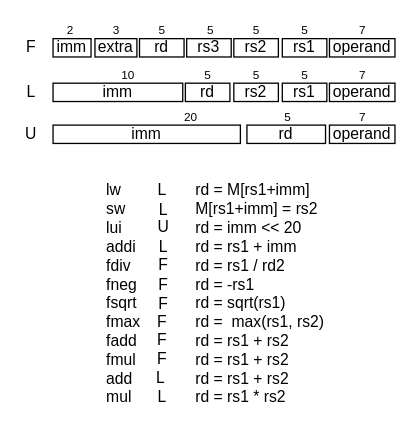
HaMeNopeDiot/hardware_gpu keeps this draw.io diagram as docs/starukhin_dissertation/images/svg/isa.drawio. Above is the earlier version. Source tidied: cells renumbered, new cells numbered last; positions are measured from the earlier drawing's top-left corner, leaving out a move shared by most shapes. Both pictures are drawn from the tidied source at 131%, with x=0, y=0 at pixel (22, 22).
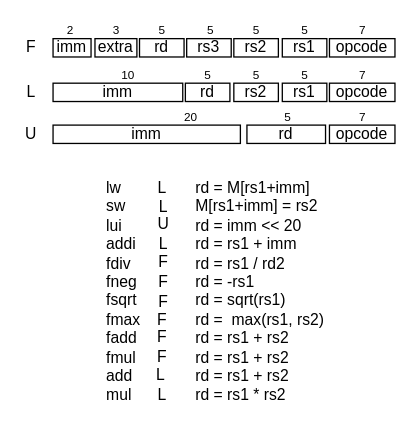
The same diagram, later.

What changed in the source:
```diff
@@
     <mxCell id="2" value="lw&lt;span style=&quot;white-space: pre;&quot;&gt;&#9;&lt;/span&gt;&lt;div&gt;sw&lt;/div&gt;&lt;div&gt;lui&lt;/div&gt;&lt;div&gt;addi&lt;/div&gt;&lt;div&gt;fdiv&lt;/div&gt;&lt;div&gt;fneg&lt;/div&gt;&lt;div&gt;fsqrt&lt;/div&gt;&lt;div&gt;fmax&lt;/div&gt;&lt;div&gt;fadd&lt;/div&gt;&lt;div&gt;fmul&lt;/div&gt;&lt;div&gt;add&lt;/div&gt;&lt;div&gt;mul&lt;/div&gt;" style="text;html=1;whiteSpace=wrap;strokeColor=none;fillColor=none;align=left;verticalAlign=top;rounded=0;fontColor=light-dark(#000000,#000000);" parent="1" vertex="1">
-      <mxGeometry x="62" y="114" width="30" height="183" as="geometry" />
+      <mxGeometry x="62" y="112" width="30" height="183" as="geometry" />
     </mxCell>
     <mxCell id="3" value="rd = M[rs1+imm]&lt;br&gt;&lt;div&gt;M[rs1+imm] = rs2&lt;/div&gt;&lt;div&gt;rd = imm &amp;lt;&amp;lt; 20&lt;/div&gt;&lt;div&gt;&lt;span style=&quot;background-color: transparent;&quot;&gt;rd = rs1 + imm&lt;/span&gt;&lt;/div&gt;&lt;div&gt;rd = rs1 / rd2&lt;/div&gt;&lt;div&gt;rd = -rs1&lt;/div&gt;&lt;div&gt;rd = sqrt(rs1)&lt;/div&gt;&lt;div&gt;rd =&amp;nbsp; max(rs1, rs2)&lt;/div&gt;&lt;div&gt;rd = rs1 + rs2&lt;/div&gt;&lt;div&gt;rd = rs1 + rs2&lt;/div&gt;&lt;div&gt;rd = rs1 + rs2&lt;/div&gt;&lt;div&gt;rd = rs1 * rs2&lt;/div&gt;" style="text;html=1;whiteSpace=wrap;strokeColor=none;fillColor=none;align=left;verticalAlign=top;rounded=0;fontColor=light-dark(#000000,#000000);" parent="1" vertex="1">
-      <mxGeometry x="130" y="114" width="145" height="194" as="geometry" />
+      <mxGeometry x="130" y="112" width="145" height="194" as="geometry" />
     </mxCell>
@@
     <mxCell id="6" value="&lt;font style=&quot;color: light-dark(rgb(0, 0, 0), rgb(0, 0, 0));&quot;&gt;U&lt;/font&gt;" style="text;html=1;whiteSpace=wrap;strokeColor=none;fillColor=none;align=center;verticalAlign=middle;rounded=0;" parent="1" vertex="1">
-      <mxGeometry x="100.5" y="150" width="13" height="11" as="geometry" />
+      <mxGeometry x="100.5" y="148" width="13" height="11" as="geometry" />
     </mxCell>
@@
-    <mxCell id="12" value="&lt;font style=&quot;color: light-dark(rgb(0, 0, 0), rgb(0, 0, 0));&quot;&gt;operand&lt;/font&gt;" style="rounded=0;whiteSpace=wrap;html=1;fillColor=light-dark(#FFFFFF,#FFFFFF);strokeColor=light-dark(#000000,#000000);" parent="1" vertex="1">
+    <mxCell id="12" value="&lt;font style=&quot;color: light-dark(rgb(0, 0, 0), rgb(0, 0, 0));&quot;&gt;opcode&lt;/font&gt;" style="rounded=0;whiteSpace=wrap;html=1;fillColor=light-dark(#FFFFFF,#FFFFFF);strokeColor=light-dark(#000000,#000000);" parent="1" vertex="1">
       <mxGeometry x="234" y="46" width="50" height="14" as="geometry" />
     </mxCell>
@@
     <mxCell id="21" value="&lt;font style=&quot;color: light-dark(rgb(0, 0, 0), rgb(0, 0, 0));&quot;&gt;L&lt;/font&gt;" style="text;html=1;whiteSpace=wrap;strokeColor=none;fillColor=none;align=center;verticalAlign=middle;rounded=0;" parent="1" vertex="1">
-      <mxGeometry x="100" y="122" width="13" height="11" as="geometry" />
+      <mxGeometry x="100" y="120" width="13" height="11" as="geometry" />
     </mxCell>
     <mxCell id="22" value="&lt;font style=&quot;color: light-dark(rgb(0, 0, 0), rgb(0, 0, 0));&quot;&gt;L&lt;/font&gt;" style="text;html=1;whiteSpace=wrap;strokeColor=none;fillColor=none;align=center;verticalAlign=middle;rounded=0;" parent="1" vertex="1">
-      <mxGeometry x="100.5" y="137" width="13" height="11" as="geometry" />
+      <mxGeometry x="100.5" y="135" width="13" height="11" as="geometry" />
     </mxCell>
     <mxCell id="23" value="&lt;font style=&quot;color: light-dark(rgb(0, 0, 0), rgb(0, 0, 0));&quot;&gt;L&lt;/font&gt;" style="text;html=1;whiteSpace=wrap;strokeColor=none;fillColor=none;align=center;verticalAlign=middle;rounded=0;" parent="1" vertex="1">
-      <mxGeometry x="100.5" y="165" width="13" height="11" as="geometry" />
+      <mxGeometry x="100.5" y="163" width="13" height="11" as="geometry" />
     </mxCell>
     <mxCell id="24" value="&lt;font color=&quot;#000000&quot;&gt;F&lt;/font&gt;" style="text;html=1;whiteSpace=wrap;strokeColor=none;fillColor=none;align=center;verticalAlign=middle;rounded=0;" parent="1" vertex="1">
-      <mxGeometry x="100.5" y="179" width="13" height="11" as="geometry" />
+      <mxGeometry x="100.5" y="177" width="13" height="11" as="geometry" />
     </mxCell>
@@
-    <mxCell id="28" value="&lt;font style=&quot;color: light-dark(rgb(0, 0, 0), rgb(0, 0, 0));&quot;&gt;operand&lt;/font&gt;" style="rounded=0;whiteSpace=wrap;html=1;fillColor=light-dark(#FFFFFF,#FFFFFF);strokeColor=light-dark(#000000,#000000);" parent="1" vertex="1">
+    <mxCell id="28" value="&lt;font style=&quot;color: light-dark(rgb(0, 0, 0), rgb(0, 0, 0));&quot;&gt;opcode&lt;/font&gt;" style="rounded=0;whiteSpace=wrap;html=1;fillColor=light-dark(#FFFFFF,#FFFFFF);strokeColor=light-dark(#000000,#000000);" parent="1" vertex="1">
       <mxGeometry x="234" y="12" width="50" height="14" as="geometry" />
     </mxCell>
@@
     <mxCell id="40" value="&lt;font style=&quot;color: light-dark(rgb(0, 0, 0), rgb(0, 0, 0));&quot;&gt;F&lt;/font&gt;" style="text;html=1;whiteSpace=wrap;strokeColor=none;fillColor=none;align=center;verticalAlign=middle;rounded=0;" parent="1" vertex="1">
-      <mxGeometry x="100.5" y="194" width="13" height="11" as="geometry" />
+      <mxGeometry x="100.5" y="192" width="13" height="11" as="geometry" />
     </mxCell>
     <mxCell id="41" value="&lt;font style=&quot;color: light-dark(rgb(0, 0, 0), rgb(0, 0, 0));&quot;&gt;F&lt;/font&gt;" style="text;html=1;whiteSpace=wrap;strokeColor=none;fillColor=none;align=center;verticalAlign=middle;rounded=0;" parent="1" vertex="1">
-      <mxGeometry x="100.5" y="209" width="13" height="11" as="geometry" />
+      <mxGeometry x="100.5" y="207" width="13" height="11" as="geometry" />
     </mxCell>
     <mxCell id="42" value="&lt;font style=&quot;color: light-dark(rgb(0, 0, 0), rgb(0, 0, 0));&quot;&gt;F&lt;/font&gt;" style="text;html=1;whiteSpace=wrap;strokeColor=none;fillColor=none;align=center;verticalAlign=middle;rounded=0;" parent="1" vertex="1">
-      <mxGeometry x="99.5" y="223" width="13" height="11" as="geometry" />
+      <mxGeometry x="99.5" y="221" width="13" height="11" as="geometry" />
     </mxCell>
     <mxCell id="43" value="&lt;font style=&quot;color: light-dark(rgb(0, 0, 0), rgb(0, 0, 0));&quot;&gt;F&lt;/font&gt;" style="text;html=1;whiteSpace=wrap;strokeColor=none;fillColor=none;align=center;verticalAlign=middle;rounded=0;" parent="1" vertex="1">
-      <mxGeometry x="99.5" y="236" width="13" height="11" as="geometry" />
+      <mxGeometry x="99.5" y="234" width="13" height="11" as="geometry" />
     </mxCell>
     <mxCell id="44" value="&lt;font style=&quot;color: light-dark(rgb(0, 0, 0), rgb(0, 0, 0));&quot;&gt;F&lt;/font&gt;" style="text;html=1;whiteSpace=wrap;strokeColor=none;fillColor=none;align=center;verticalAlign=middle;rounded=0;" parent="1" vertex="1">
-      <mxGeometry x="99.5" y="251" width="13" height="11" as="geometry" />
+      <mxGeometry x="99.5" y="249" width="13" height="11" as="geometry" />
     </mxCell>
@@
-    <mxCell id="46" value="&lt;font style=&quot;color: light-dark(rgb(0, 0, 0), rgb(0, 0, 0));&quot;&gt;operand&lt;/font&gt;" style="rounded=0;whiteSpace=wrap;html=1;fillColor=light-dark(#FFFFFF,#FFFFFF);strokeColor=light-dark(#000000,#000000);" parent="1" vertex="1">
+    <mxCell id="46" value="&lt;font style=&quot;color: light-dark(rgb(0, 0, 0), rgb(0, 0, 0));&quot;&gt;opcode&lt;/font&gt;" style="rounded=0;whiteSpace=wrap;html=1;fillColor=light-dark(#FFFFFF,#FFFFFF);strokeColor=light-dark(#000000,#000000);" parent="1" vertex="1">
       <mxGeometry x="234" y="78" width="50" height="14" as="geometry" />
     </mxCell>
     <mxCell id="47" value="&lt;font style=&quot;color: light-dark(rgb(0, 0, 0), rgb(0, 0, 0));&quot;&gt;L&lt;/font&gt;" style="text;html=1;whiteSpace=wrap;strokeColor=none;fillColor=none;align=center;verticalAlign=middle;rounded=0;" parent="1" vertex="1">
-      <mxGeometry x="99.2" y="265" width="13" height="11" as="geometry" />
+      <mxGeometry x="99.2" y="263" width="13" height="11" as="geometry" />
     </mxCell>
     <mxCell id="48" value="&lt;font style=&quot;color: light-dark(rgb(0, 0, 0), rgb(0, 0, 0));&quot;&gt;L&lt;/font&gt;" style="text;html=1;whiteSpace=wrap;strokeColor=none;fillColor=none;align=center;verticalAlign=middle;rounded=0;" parent="1" vertex="1">
-      <mxGeometry x="99.8" y="280" width="13" height="11" as="geometry" />
+      <mxGeometry x="99.8" y="278" width="13" height="11" as="geometry" />
     </mxCell>
```
